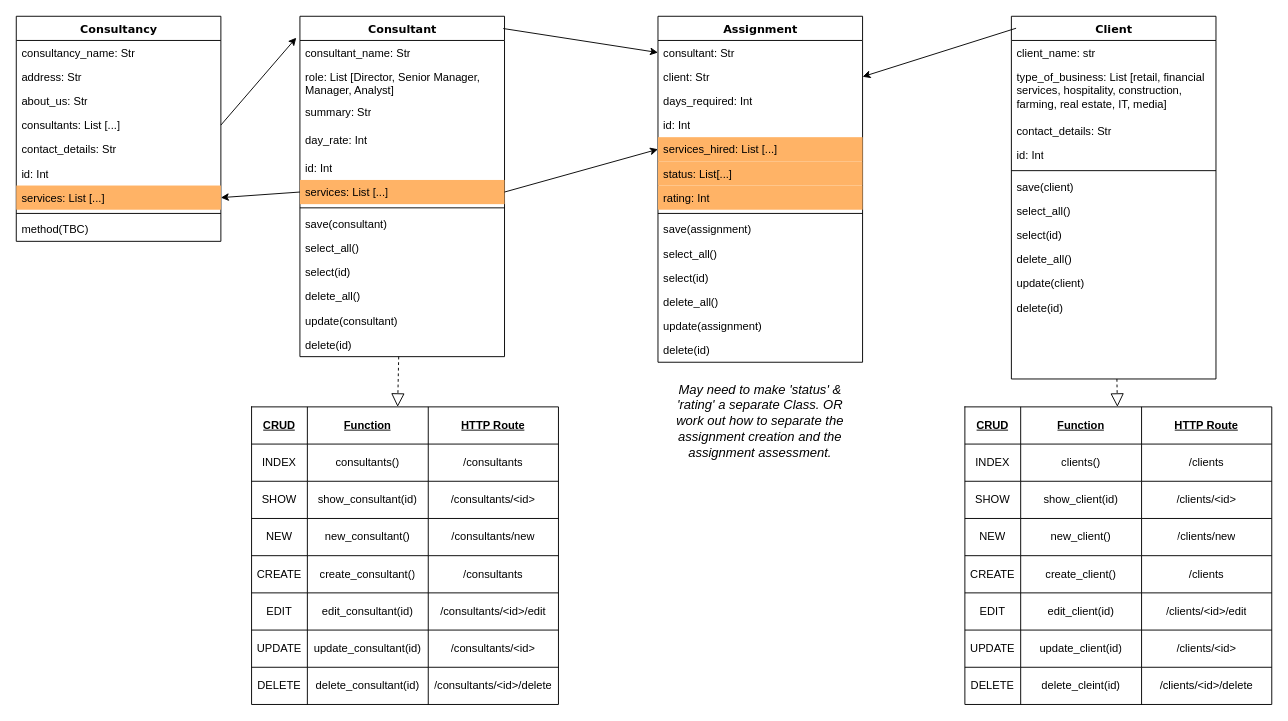
The draw.io diagram planning/Class Diagrams.drawio in michaelmccoll/Project_Secure_Design, before the edit. Source tidied: cells renumbered, new cells numbered last; positions are measured from the earlier drawing's top-left corner, leaving out a move shared by most shapes. Both pictures are drawn from the tidied source at 93%, with x=0, y=0 at pixel (16, 16).
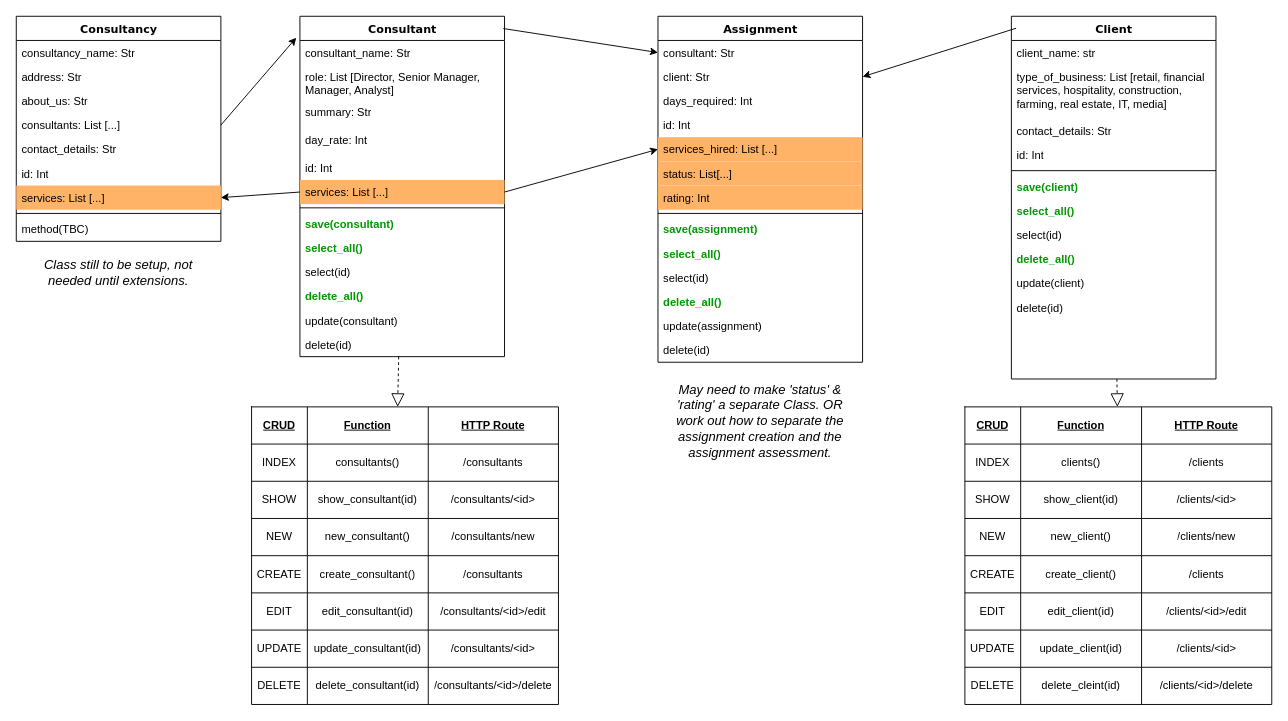
The same page after the edit.

The change refers to these unchanged cells:
```xml
<mxCell id="2" value="Client" style="swimlane;html=1;fontStyle=1;align=center;verticalAlign=top;horizontal=1;startSize=26;swimlaneFillColor=#ffffff;rounded=0;shadow=0;comic=0;labelBackgroundColor=none;strokeWidth=1;fillColor=none;fontFamily=Verdana;fontSize=12;" parent="1" vertex="1">
  <mxGeometry x="1070" width="220" height="390" as="geometry" />
</mxCell>
<mxCell id="24" value="Consultant" style="swimlane;html=1;fontStyle=1;align=center;verticalAlign=top;horizontal=1;startSize=26;swimlaneFillColor=#ffffff;rounded=0;shadow=0;comic=0;labelBackgroundColor=none;strokeWidth=1;fillColor=none;fontFamily=Verdana;fontSize=12;" parent="1" vertex="1">
  <mxGeometry x="305" width="220" height="366" as="geometry" />
</mxCell>
<mxCell id="109" value="Assignment" style="swimlane;html=1;fontStyle=1;align=center;verticalAlign=top;horizontal=1;startSize=26;swimlaneFillColor=#ffffff;rounded=0;shadow=0;comic=0;labelBackgroundColor=none;strokeWidth=1;fillColor=none;fontFamily=Verdana;fontSize=12;" parent="1" vertex="1">
  <mxGeometry x="690" width="220" height="372" as="geometry" />
</mxCell>
```

The edit, as a diff of the source:
```diff
@@
-    <mxCell id="8" value="save(client)" style="text;html=1;strokeColor=none;fillColor=none;align=left;verticalAlign=top;spacingLeft=4;spacingRight=4;whiteSpace=wrap;overflow=hidden;" parent="2" vertex="1">
+    <mxCell id="8" value="save(client)" style="text;html=1;strokeColor=none;fillColor=none;align=left;verticalAlign=top;spacingLeft=4;spacingRight=4;whiteSpace=wrap;overflow=hidden;fontColor=#009900;fontStyle=1;" parent="2" vertex="1">
       <mxGeometry y="170" width="220" height="26" as="geometry" />
     </mxCell>
-    <mxCell id="9" value="select_all()" style="text;html=1;strokeColor=none;fillColor=none;align=left;verticalAlign=top;spacingLeft=4;spacingRight=4;whiteSpace=wrap;overflow=hidden;" parent="2" vertex="1">
+    <mxCell id="9" value="select_all()" style="text;html=1;strokeColor=none;fillColor=none;align=left;verticalAlign=top;spacingLeft=4;spacingRight=4;whiteSpace=wrap;overflow=hidden;fontColor=#009900;fontStyle=1;" parent="2" vertex="1">
       <mxGeometry y="196" width="220" height="26" as="geometry" />
     </mxCell>
@@
-    <mxCell id="11" value="delete_all()" style="text;html=1;strokeColor=none;fillColor=none;align=left;verticalAlign=top;spacingLeft=4;spacingRight=4;whiteSpace=wrap;overflow=hidden;" parent="2" vertex="1">
+    <mxCell id="11" value="delete_all()" style="text;html=1;strokeColor=none;fillColor=none;align=left;verticalAlign=top;spacingLeft=4;spacingRight=4;whiteSpace=wrap;overflow=hidden;fontStyle=1;fontColor=#009900;" parent="2" vertex="1">
       <mxGeometry y="248" width="220" height="26" as="geometry" />
     </mxCell>
@@
-    <mxCell id="32" value="save(consultant)" style="text;html=1;strokeColor=none;fillColor=none;align=left;verticalAlign=top;spacingLeft=4;spacingRight=4;whiteSpace=wrap;overflow=hidden;" parent="24" vertex="1">
+    <mxCell id="32" value="save(consultant)" style="text;html=1;strokeColor=none;fillColor=none;align=left;verticalAlign=top;spacingLeft=4;spacingRight=4;whiteSpace=wrap;overflow=hidden;fontColor=#009900;fontStyle=1;" parent="24" vertex="1">
       <mxGeometry y="210" width="220" height="26" as="geometry" />
     </mxCell>
-    <mxCell id="33" value="select_all()" style="text;html=1;strokeColor=none;fillColor=none;align=left;verticalAlign=top;spacingLeft=4;spacingRight=4;whiteSpace=wrap;overflow=hidden;" parent="24" vertex="1">
+    <mxCell id="33" value="select_all()" style="text;html=1;strokeColor=none;fillColor=none;align=left;verticalAlign=top;spacingLeft=4;spacingRight=4;whiteSpace=wrap;overflow=hidden;fontColor=#009900;fontStyle=1;" parent="24" vertex="1">
       <mxGeometry y="236" width="220" height="26" as="geometry" />
     </mxCell>
@@
-    <mxCell id="35" value="delete_all()" style="text;html=1;strokeColor=none;fillColor=none;align=left;verticalAlign=top;spacingLeft=4;spacingRight=4;whiteSpace=wrap;overflow=hidden;" parent="24" vertex="1">
+    <mxCell id="35" value="delete_all()" style="text;html=1;strokeColor=none;fillColor=none;align=left;verticalAlign=top;spacingLeft=4;spacingRight=4;whiteSpace=wrap;overflow=hidden;fontStyle=1;fontColor=#009900;" parent="24" vertex="1">
       <mxGeometry y="288" width="220" height="26" as="geometry" />
     </mxCell>
@@
-    <mxCell id="118" value="save(assignment)" style="text;html=1;strokeColor=none;fillColor=none;align=left;verticalAlign=top;spacingLeft=4;spacingRight=4;whiteSpace=wrap;overflow=hidden;" parent="109" vertex="1">
+    <mxCell id="118" value="save(assignment)" style="text;html=1;strokeColor=none;fillColor=none;align=left;verticalAlign=top;spacingLeft=4;spacingRight=4;whiteSpace=wrap;overflow=hidden;fontStyle=1;fontColor=#009900;" parent="109" vertex="1">
       <mxGeometry y="216" width="220" height="26" as="geometry" />
     </mxCell>
-    <mxCell id="119" value="select_all()" style="text;html=1;strokeColor=none;fillColor=none;align=left;verticalAlign=top;spacingLeft=4;spacingRight=4;whiteSpace=wrap;overflow=hidden;" parent="109" vertex="1">
+    <mxCell id="119" value="select_all()" style="text;html=1;strokeColor=none;fillColor=none;align=left;verticalAlign=top;spacingLeft=4;spacingRight=4;whiteSpace=wrap;overflow=hidden;fontStyle=1;fontColor=#009900;" parent="109" vertex="1">
       <mxGeometry y="242" width="220" height="26" as="geometry" />
     </mxCell>
@@
-    <mxCell id="121" value="delete_all()" style="text;html=1;strokeColor=none;fillColor=none;align=left;verticalAlign=top;spacingLeft=4;spacingRight=4;whiteSpace=wrap;overflow=hidden;" parent="109" vertex="1">
+    <mxCell id="121" value="delete_all()" style="text;html=1;strokeColor=none;fillColor=none;align=left;verticalAlign=top;spacingLeft=4;spacingRight=4;whiteSpace=wrap;overflow=hidden;fontStyle=1;fontColor=#009900;" parent="109" vertex="1">
       <mxGeometry y="294" width="220" height="26" as="geometry" />
     </mxCell>
@@
+    <mxCell id="127" value="Class still to be setup, not needed until extensions." style="text;html=1;strokeColor=none;fillColor=none;align=center;verticalAlign=middle;whiteSpace=wrap;rounded=0;fontSize=14;fontStyle=2;" parent="1" vertex="1">
+      <mxGeometry x="10" y="230" width="200" height="90" as="geometry" />
+    </mxCell>
```
